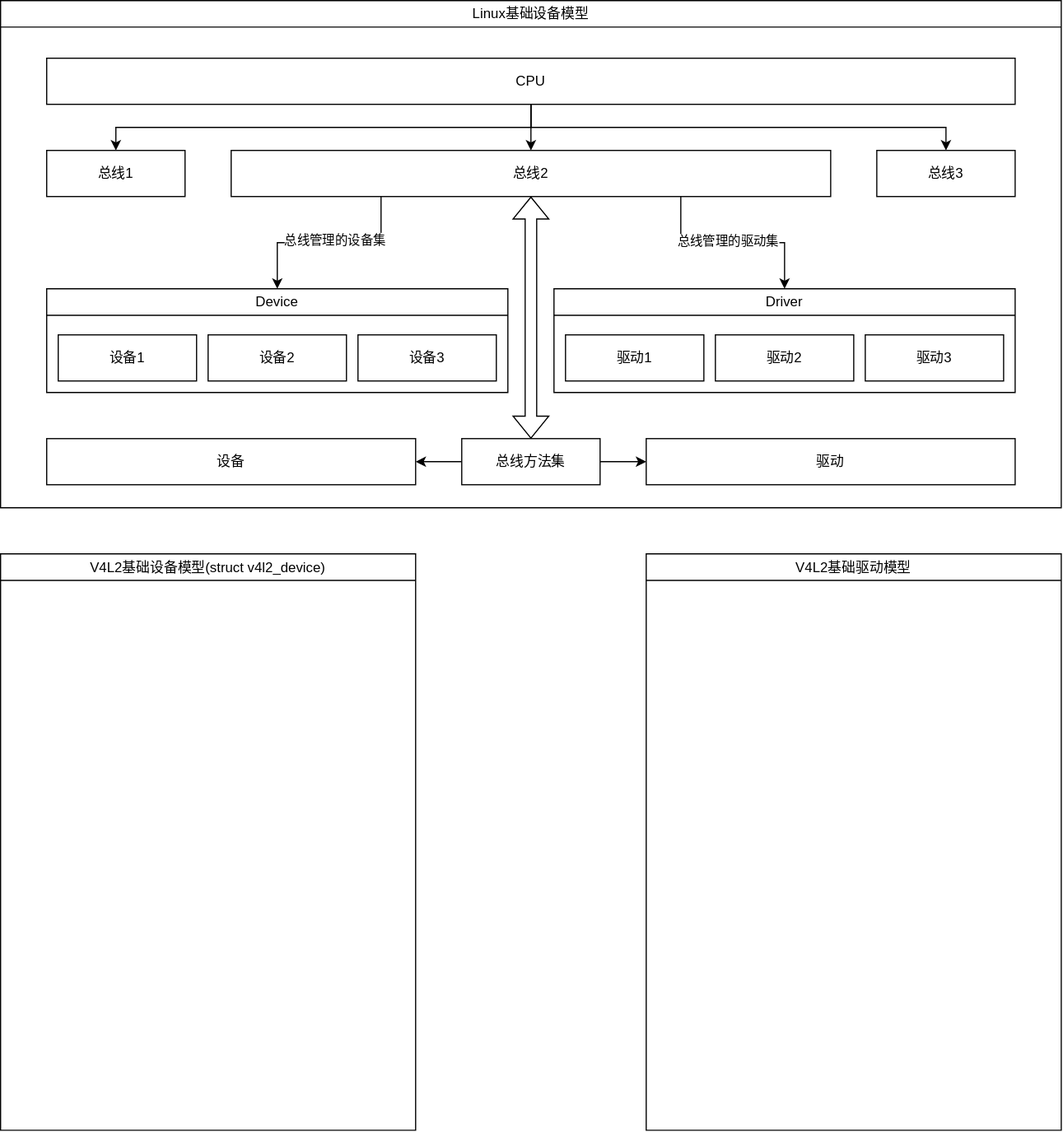
Above: Linux内核原理及其开发/Resources/V4L2设备模型概览.drawio.svg in h13-0/Notebooks (draw.io), before the change. Source tidied: cells renumbered, new cells last; positions are measured from the earlier drawing's top-left corner, leaving out a move shared by most shapes.
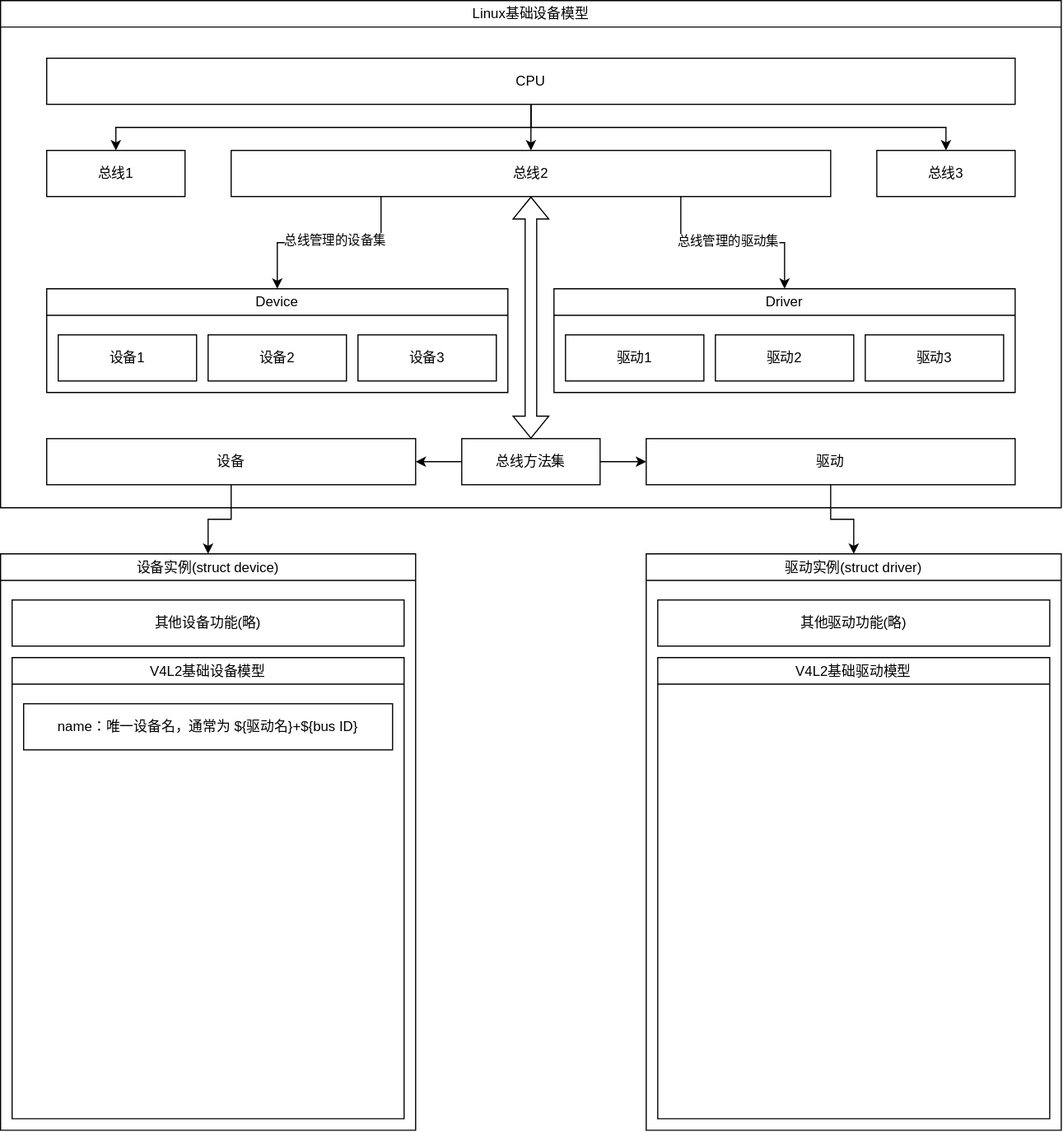
The same file after the commit.

Commit message:
vault backup: 2025-05-11 18:41:08

What changed in the source:
```diff
@@ -2,12 +2,27 @@
   <root>
     <mxCell id="0" />
     <mxCell id="1" parent="0" />
-    <mxCell id="2" value="&lt;span style=&quot;font-weight: normal;&quot;&gt;V4L2基础设备模型(&lt;/span&gt;&lt;span style=&quot;font-weight: 400;&quot;&gt;struct v4l2_device&lt;/span&gt;&lt;span style=&quot;font-weight: normal;&quot;&gt;)&lt;/span&gt;" style="swimlane;whiteSpace=wrap;html=1;" parent="1" vertex="1">
+    <mxCell id="2" value="&lt;span style=&quot;font-weight: 400;&quot;&gt;设备实例(struct device)&lt;/span&gt;" style="swimlane;whiteSpace=wrap;html=1;" parent="1" vertex="1">
       <mxGeometry y="480" width="360" height="500" as="geometry" />
     </mxCell>
+    <mxCell id="30" value="&lt;span style=&quot;font-weight: normal;&quot;&gt;V4L2基础设备模型&lt;/span&gt;" style="swimlane;whiteSpace=wrap;html=1;" parent="2" vertex="1">
+      <mxGeometry x="10" y="90" width="340" height="400" as="geometry" />
+    </mxCell>
+    <mxCell id="31" value="name：唯一设备名，通常为 ${驱动名}+${bus ID}" style="rounded=0;whiteSpace=wrap;html=1;" parent="30" vertex="1">
+      <mxGeometry x="10" y="40" width="320" height="40" as="geometry" />
+    </mxCell>
+    <mxCell id="32" value="其他设备功能(略)" style="rounded=0;whiteSpace=wrap;html=1;" parent="2" vertex="1">
+      <mxGeometry x="10" y="40" width="340" height="40" as="geometry" />
+    </mxCell>
-    <mxCell id="3" value="&lt;span style=&quot;font-weight: normal;&quot;&gt;V4L2基础驱动模型&lt;/span&gt;" style="swimlane;whiteSpace=wrap;html=1;" parent="1" vertex="1">
+    <mxCell id="3" value="&lt;span style=&quot;font-weight: 400;&quot;&gt;驱动实例(struct driver)&lt;/span&gt;" style="swimlane;whiteSpace=wrap;html=1;" parent="1" vertex="1">
       <mxGeometry x="560" y="480" width="360" height="500" as="geometry" />
     </mxCell>
+    <mxCell id="33" value="其他驱动功能(略)" style="rounded=0;whiteSpace=wrap;html=1;" parent="3" vertex="1">
+      <mxGeometry x="10" y="40" width="340" height="40" as="geometry" />
+    </mxCell>
+    <mxCell id="34" value="&lt;span style=&quot;font-weight: normal;&quot;&gt;V4L2基础驱动模型&lt;/span&gt;" style="swimlane;whiteSpace=wrap;html=1;" parent="3" vertex="1">
+      <mxGeometry x="10" y="90" width="340" height="400" as="geometry" />
+    </mxCell>
     <mxCell id="4" value="&lt;span style=&quot;font-weight: normal;&quot;&gt;Linux基础设备模型&lt;/span&gt;" style="swimlane;whiteSpace=wrap;html=1;" parent="1" vertex="1">
       <mxGeometry width="920" height="440" as="geometry" />
     </mxCell>
@@ -92,5 +107,11 @@
     <mxCell id="29" value="驱动" style="rounded=0;whiteSpace=wrap;html=1;" parent="4" vertex="1">
       <mxGeometry x="560" y="380" width="320" height="40" as="geometry" />
     </mxCell>
+    <mxCell id="35" style="edgeStyle=orthogonalEdgeStyle;rounded=0;jettySize=auto;html=1;exitX=0.5;exitY=1;exitDx=0;exitDy=0;" parent="1" edge="1" source="17" target="2">
+      <mxGeometry relative="1" as="geometry" />
+    </mxCell>
+    <mxCell id="36" style="edgeStyle=orthogonalEdgeStyle;rounded=0;jettySize=auto;html=1;exitX=0.5;exitY=1;exitDx=0;exitDy=0;" parent="1" edge="1" source="29" target="3">
+      <mxGeometry relative="1" as="geometry" />
+    </mxCell>
   </root>
 </mxGraphModel>
```
